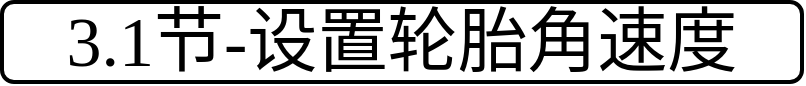
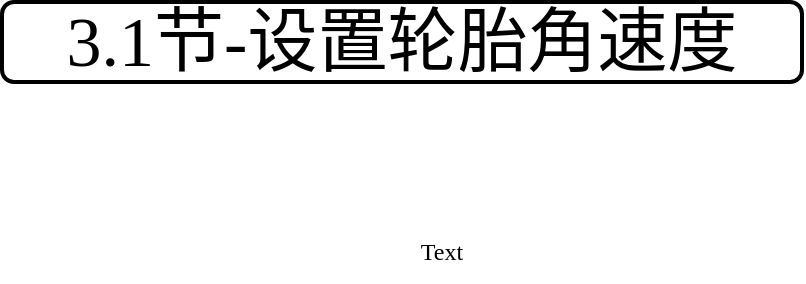
<mxfile host="app.diagrams.net">
  <diagram name="第 1 页" id="GX-yRB2pFLCUUed2IjMN">
    <mxGraphModel dx="1460" dy="894" grid="1" gridSize="10" guides="1" tooltips="1" connect="1" arrows="1" fold="1" page="1" pageScale="1" pageWidth="827" pageHeight="1169" math="0" shadow="0">
      <root>
        <mxCell id="0" />
        <mxCell id="1" parent="0" />
        <mxCell id="XIZ4hkpOC5nF-9Pc7O8C-7" parent="1" style="rounded=1;whiteSpace=wrap;html=1;fontFamily=Comic Sans MS;strokeWidth=2;fontSize=35;" value="3.1节-设置轮胎角速度" vertex="1">
          <mxGeometry height="40" width="400" x="30" y="50" as="geometry" />
        </mxCell>
+         <mxCell id="XIZ4hkpOC5nF-9Pc7O8C-8" parent="1" style="text;html=1;whiteSpace=wrap;strokeColor=none;fillColor=none;align=center;verticalAlign=middle;rounded=0;fontFamily=Comic Sans MS;fontSize=12;fontColor=default;" value="Text" vertex="1">
+           <mxGeometry height="30" width="60" x="220" y="160" as="geometry" />
+         </mxCell>
      </root>
    </mxGraphModel>
  </diagram>
</mxfile>
